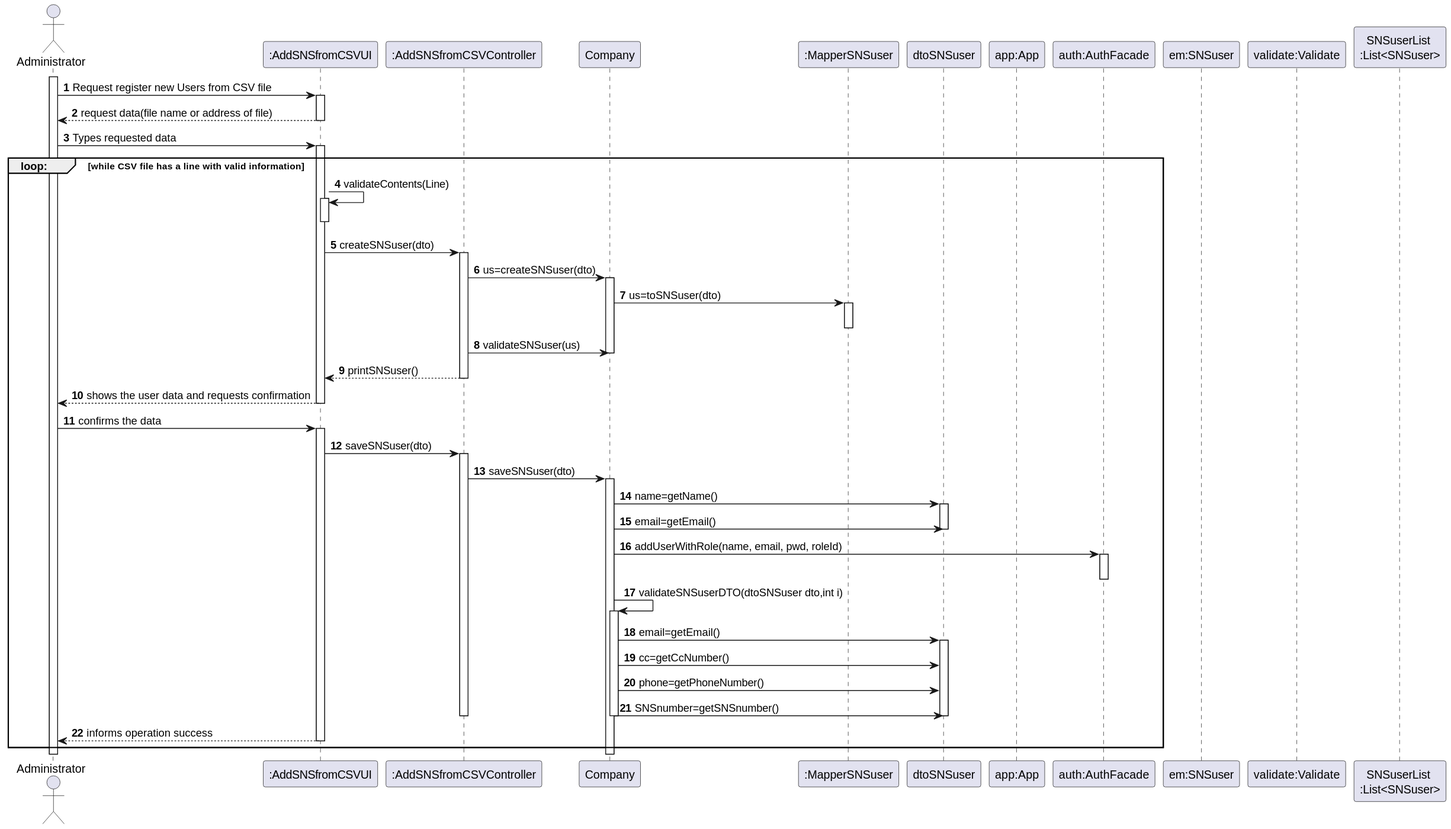
Earlier version of the PlantUML export docs/SprintC/US014/US014_SD.svg (osnilas/SNSsystem).
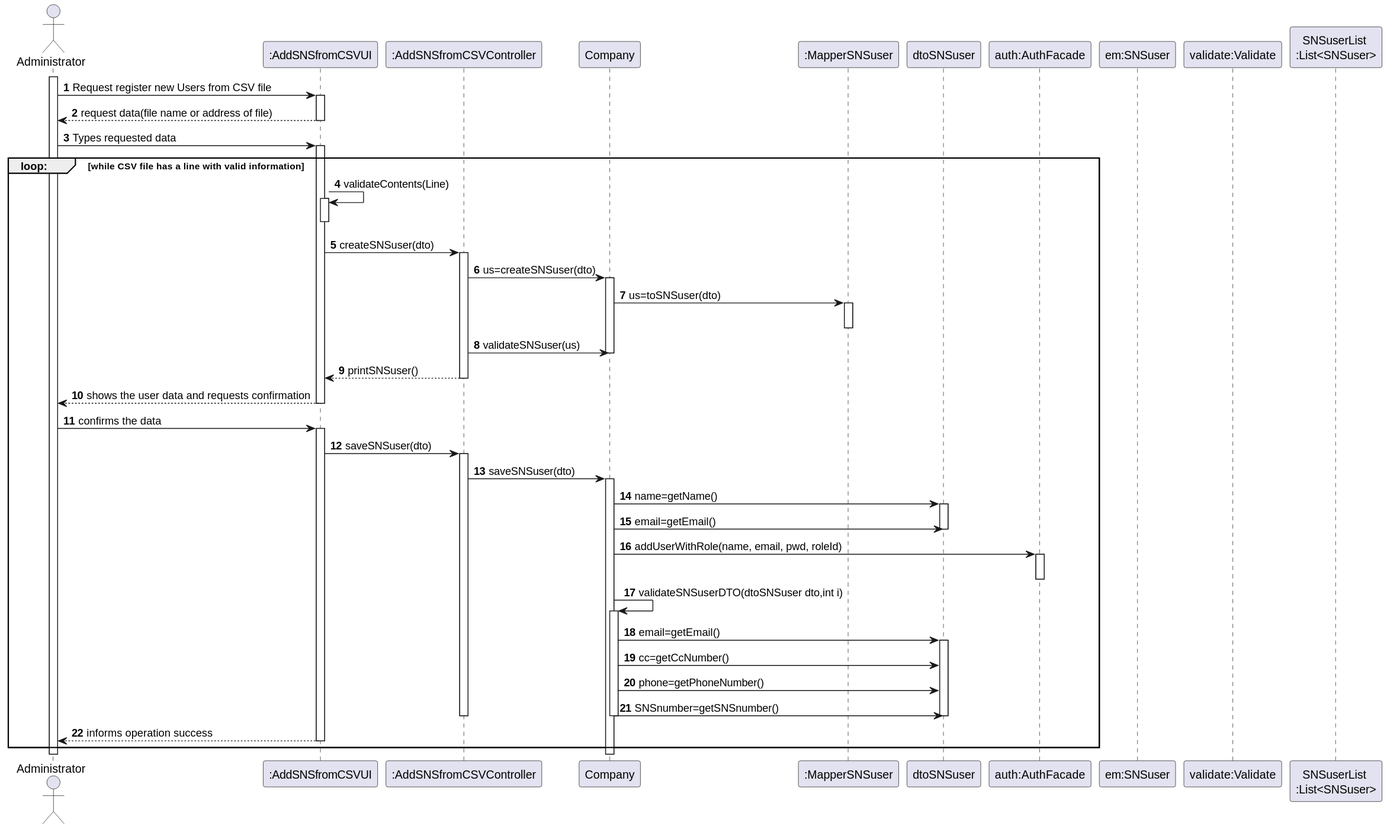
Later version of the same file.

The edit, as a diff of the source:
```diff
@@ -8,7 +8,6 @@
     participant "Company" as COMP
     participant ":MapperSNSuser" as MAPPER
     participant "dtoSNSuser" as DTO
-    participant "app:App" as APP
     participant "auth:AuthFacade" as AUTH
     participant "em:SNSuser" as SNS
     participant "validate:Validate" as VALID
```
